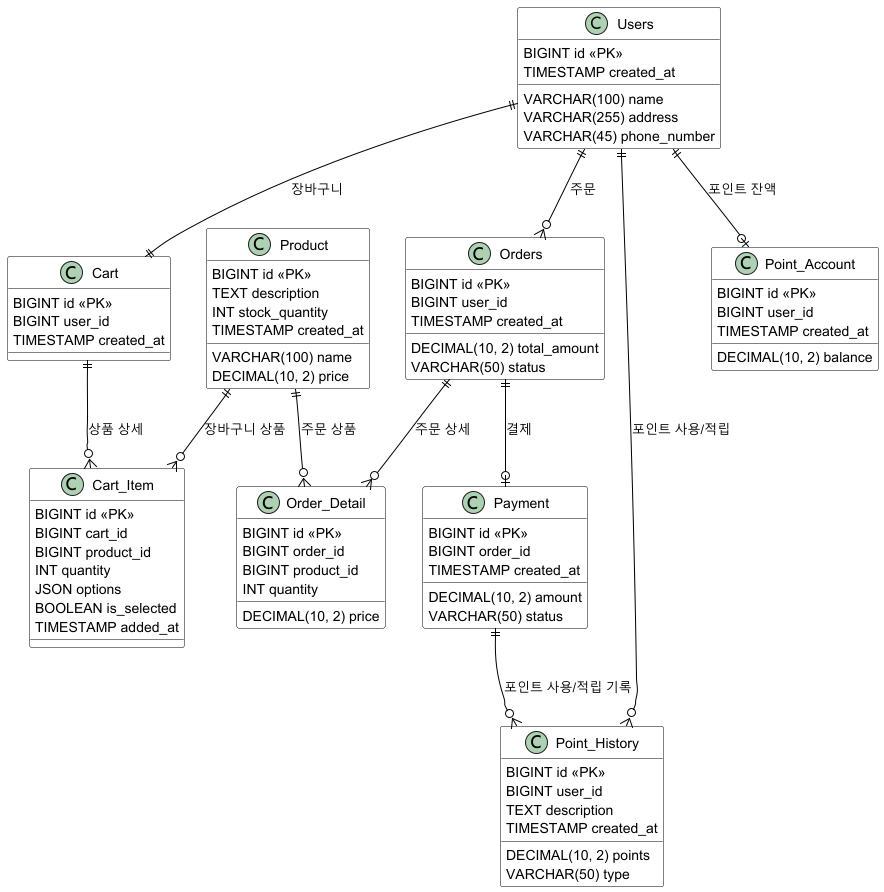
Before: src/main/resources/images/ERD.png, a diagram exported from PlantUML (kjh418/hhplus-e-commerce).
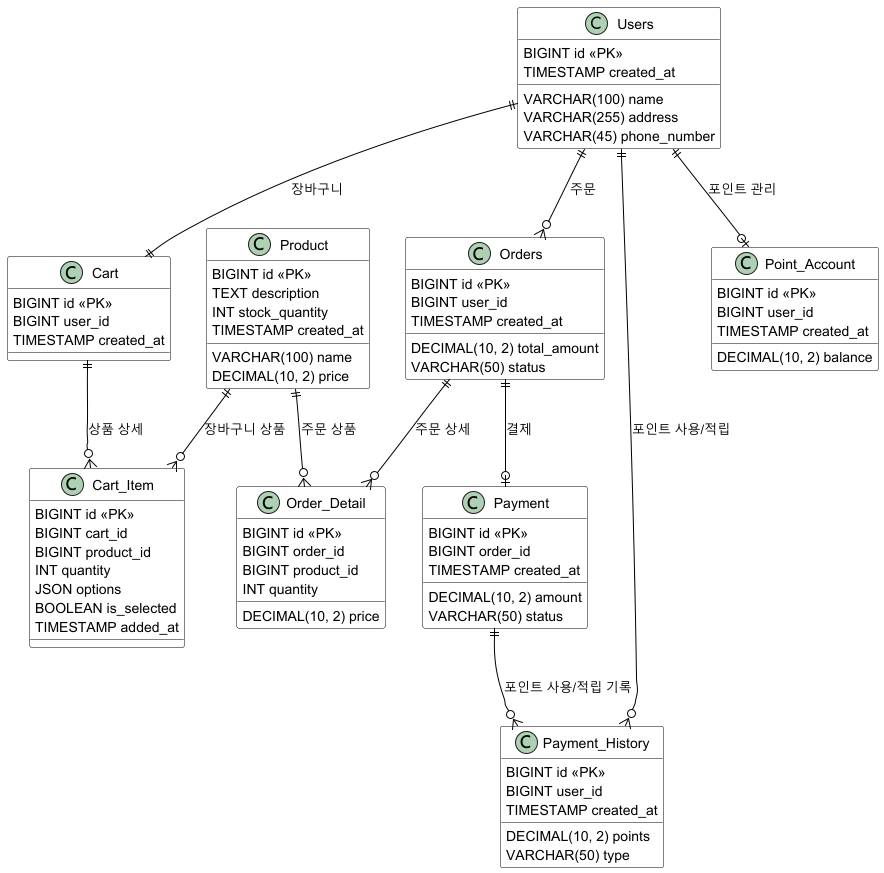
Above is the later version.

Commit message:
docs/fix : [#12] 잔액 이력은 payment와 연관이 있으므로 테이블명 변경

Diff of the diagram source:
```diff
@@ -63,12 +63,11 @@
     TIMESTAMP created_at
 }
 
-RECTANGLE Point_History {
+RECTANGLE Payment_History {
     BIGINT id <<PK>>
     BIGINT user_id
     DECIMAL(10, 2) points
     VARCHAR(50) type
-    TEXT description
     TIMESTAMP created_at
 }
 
@@ -81,8 +80,8 @@
 
 Users ||--|| Cart : "장바구니"
 Users ||--o{ Orders : "주문"
-Users ||--o{ Point_History : "포인트 사용/적립"
-Users ||--o| Point_Account : "포인트 잔액"
+Users ||--o{ Payment_History : "포인트 사용/적립"
+Users ||--o| Point_Account : "포인트 관리"
 
 Cart ||--o{ Cart_Item : "상품 상세"
 Product ||--o{ Cart_Item : "장바구니 상품"
@@ -91,5 +90,5 @@
 Orders ||--o{ Order_Detail : "주문 상세"
 Orders ||--o| Payment : "결제"
 
-Payment ||--o{ Point_History : "포인트 사용/적립 기록"
+Payment ||--o{ Payment_History : "포인트 사용/적립 기록"
 @enduml
```
